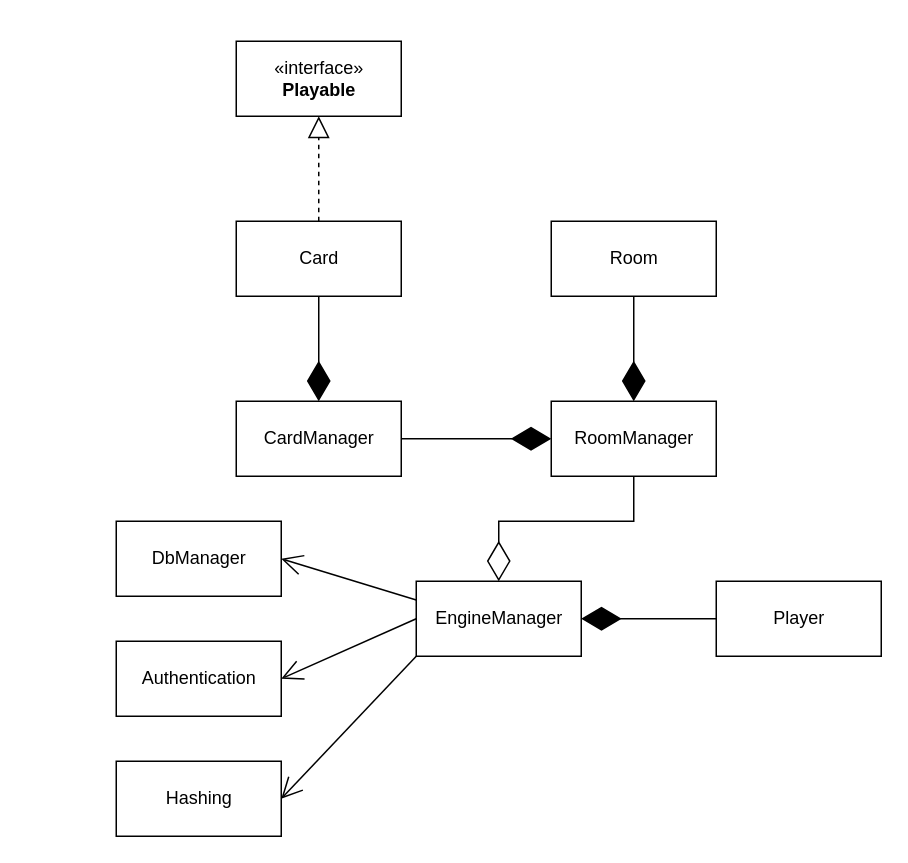
This is Diagrammer/Design Diagram.drawio from Olivervesth/KortKlubben, a draw.io file, before an edit. Source tidied: cells renumbered, new cells numbered last; positions are measured from the earlier drawing's top-left corner, leaving out a move shared by most shapes. Both pictures are drawn from the tidied source at 150%, with x=0, y=0 at pixel (116, 40).
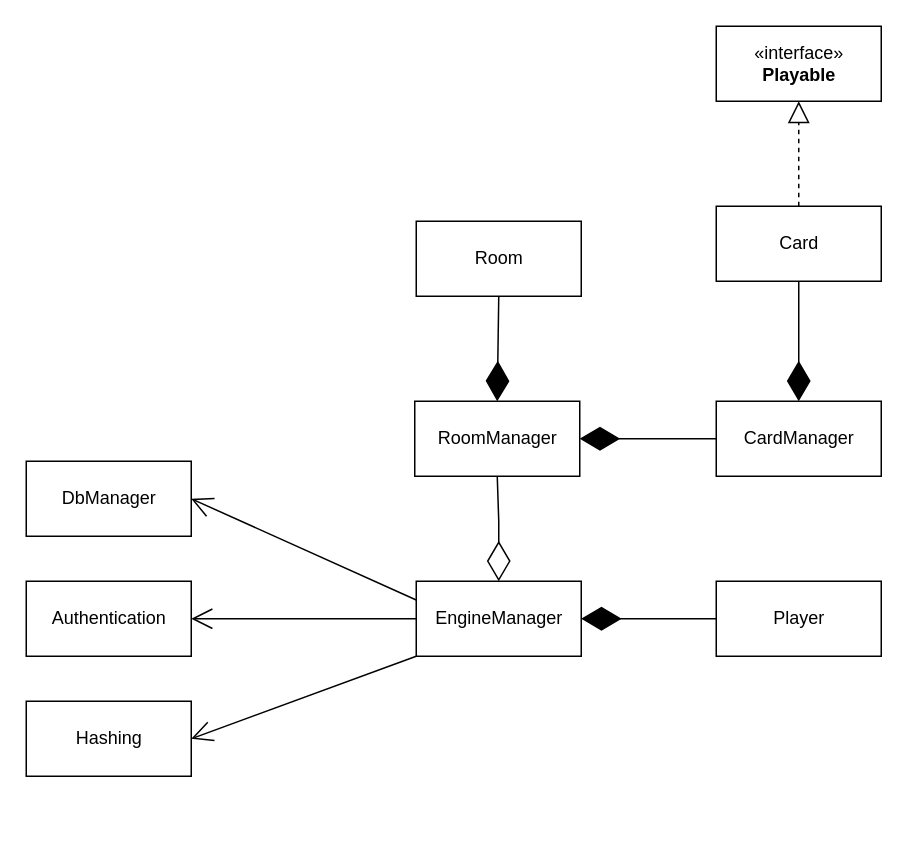
The same page after the edit.

Commit message (it also covers changes not shown here):
Updated Design Diagram

Unchanged cells that the change refers to:
```xml
<mxCell id="14" value="EngineManager" style="html=1;" parent="1" vertex="1">
  <mxGeometry x="200" y="360" width="110" height="50" as="geometry" />
</mxCell>
```

Diff of the diagram source:
```diff
@@
     <mxCell id="2" value="«interface»&lt;br&gt;&lt;b&gt;Playable&lt;/b&gt;" style="html=1;" parent="1" vertex="1">
-      <mxGeometry x="80" width="110" height="50" as="geometry" />
+      <mxGeometry x="400" y="-10" width="110" height="50" as="geometry" />
     </mxCell>
     <mxCell id="3" value="Card" style="html=1;" parent="1" vertex="1">
-      <mxGeometry x="80" y="120" width="110" height="50" as="geometry" />
+      <mxGeometry x="400" y="110" width="110" height="50" as="geometry" />
     </mxCell>
     <mxCell id="4" value="Room" style="html=1;" parent="1" vertex="1">
-      <mxGeometry x="290" y="120" width="110" height="50" as="geometry" />
+      <mxGeometry x="200" y="120" width="110" height="50" as="geometry" />
     </mxCell>
     <mxCell id="5" value="Hashing" style="html=1;" parent="1" vertex="1">
-      <mxGeometry y="480" width="110" height="50" as="geometry" />
+      <mxGeometry x="-60" y="440" width="110" height="50" as="geometry" />
     </mxCell>
@@
     <mxCell id="7" value="RoomManager" style="html=1;" parent="1" vertex="1">
-      <mxGeometry x="290" y="240" width="110" height="50" as="geometry" />
+      <mxGeometry x="199" y="240" width="110" height="50" as="geometry" />
     </mxCell>
@@
     <mxCell id="10" value="Authentication" style="html=1;" parent="1" vertex="1">
-      <mxGeometry y="400" width="110" height="50" as="geometry" />
+      <mxGeometry x="-60" y="360" width="110" height="50" as="geometry" />
     </mxCell>
     <mxCell id="11" value="CardManager" style="html=1;" parent="1" vertex="1">
-      <mxGeometry x="80" y="240" width="110" height="50" as="geometry" />
+      <mxGeometry x="400" y="240" width="110" height="50" as="geometry" />
     </mxCell>
@@
     <mxCell id="13" value="DbManager" style="html=1;" parent="1" vertex="1">
-      <mxGeometry y="320" width="110" height="50" as="geometry" />
+      <mxGeometry x="-60" y="280" width="110" height="50" as="geometry" />
     </mxCell>
@@
     <mxCell id="15" style="endArrow=diamondThin;endFill=0;endSize=24;html=1;rounded=0;entryX=0.5;entryY=0;entryDx=0;entryDy=0;exitX=0.5;exitY=1;exitDx=0;exitDy=0;" parent="1" edge="1" source="7" target="14">
       <mxGeometry relative="1" as="geometry">
         <Array as="points">
-          <mxPoint x="345" y="320" />
           <mxPoint x="255" y="320" />
         </Array>
       </mxGeometry>
     </mxCell>
-    <mxCell id="16" style="endArrow=diamondThin;endFill=1;endSize=24;html=1;rounded=0;entryX=0;entryY=0.5;entryDx=0;entryDy=0;exitX=1;exitY=0.5;exitDx=0;exitDy=0;" parent="1" edge="1" source="11" target="7">
+    <mxCell id="16" style="endArrow=diamondThin;endFill=1;endSize=24;html=1;rounded=0;entryX=1;entryY=0.5;entryDx=0;entryDy=0;exitX=0;exitY=0.5;exitDx=0;exitDy=0;" parent="1" edge="1" source="11" target="7">
       <mxGeometry relative="1" as="geometry" />
     </mxCell>
```
